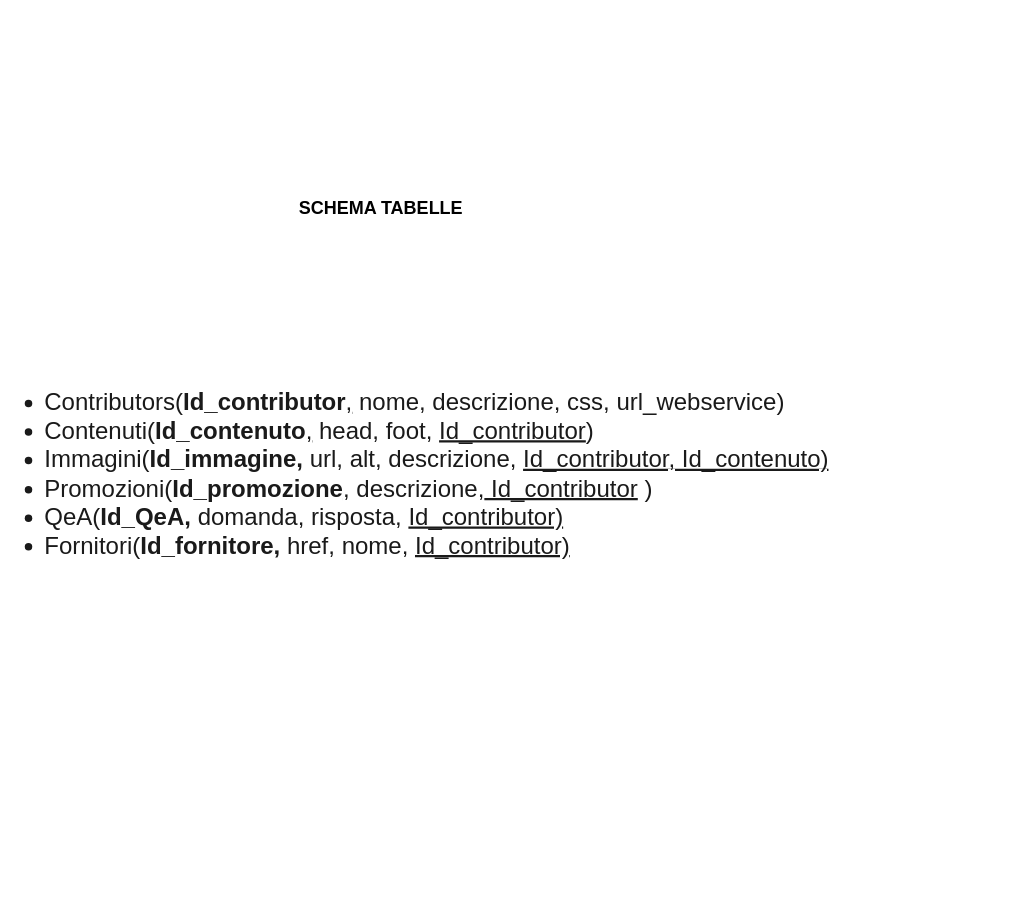
Earlier version of the draw.io diagram SCHEMA TAB NAMASTE.drawio (giadaventurini-pixel/giadaventurini-5binf). Source tidied: cells renumbered, new cells numbered last; positions are measured from the earlier drawing's top-left corner, leaving out a move shared by most shapes. Both pictures are drawn from the tidied source at 75%, with x=0, y=0 at pixel (13, 13).
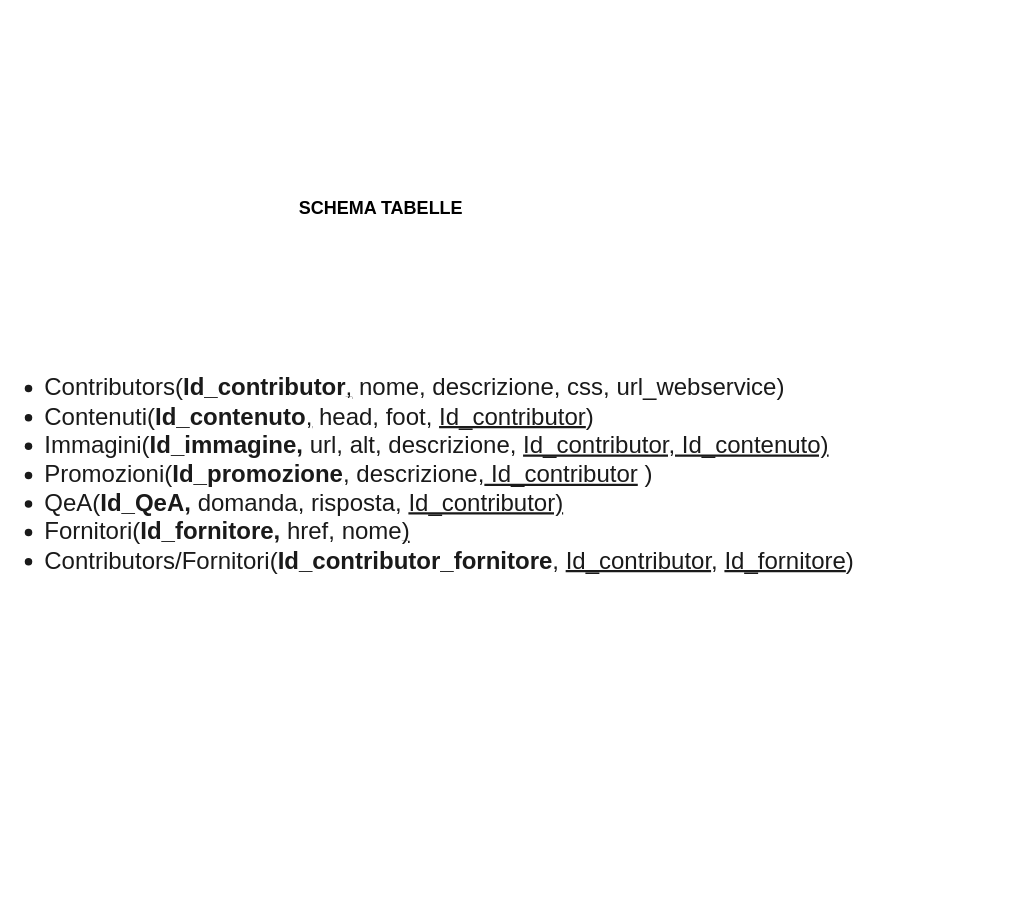
After the change.

Diff of the diagram source:
```diff
@@
 <mxGraphModel>
   <root>
     <mxCell id="0" />
     <mxCell id="1" parent="0" />
-    <mxCell id="2" value="&lt;div&gt;&lt;br&gt;&lt;/div&gt;&lt;ul style=&quot;font-size: 32px&quot;&gt;&lt;li style=&quot;font-size: 32px&quot;&gt;Contributors(&lt;b&gt;Id_contributor&lt;/b&gt;&lt;u&gt;,&lt;/u&gt;&amp;nbsp;nome, descrizione, css, url_webservice)&lt;/li&gt;&lt;li&gt;Contenuti(&lt;b&gt;Id_contenuto&lt;/b&gt;&lt;u&gt;,&lt;/u&gt;&amp;nbsp;head, foot,&amp;nbsp;&lt;u&gt;Id_contributor&lt;/u&gt;)&lt;/li&gt;&lt;li style=&quot;font-size: 32px&quot;&gt;Immagini(&lt;b&gt;Id_immagine, &lt;/b&gt;url, alt, descrizione,&amp;nbsp;&lt;u&gt;Id_contributor, Id_contenuto)&lt;/u&gt;&lt;/li&gt;&lt;li style=&quot;font-size: 32px&quot;&gt;Promozioni(&lt;b&gt;Id_promozione&lt;/b&gt;&lt;u&gt;,&lt;/u&gt;&amp;nbsp;descrizione,&lt;u&gt;&amp;nbsp;Id_contributor&lt;/u&gt; )&lt;/li&gt;&lt;li style=&quot;font-size: 32px&quot;&gt;QeA(&lt;b&gt;Id_QeA,&lt;/b&gt;&amp;nbsp;domanda, risposta,&amp;nbsp;&lt;u&gt;Id_contributor)&lt;/u&gt;&lt;/li&gt;&lt;li style=&quot;font-size: 32px&quot;&gt;Fornitori(&lt;b&gt;Id_fornitore, &lt;/b&gt;href, nome, &lt;u&gt;Id_contributor)&lt;/u&gt;&lt;/li&gt;&lt;/ul&gt;" style="text;strokeColor=none;fillColor=none;html=1;whiteSpace=wrap;verticalAlign=middle;overflow=hidden;rounded=0;sketch=0;fontColor=#1A1A1A;fontSize=32;" parent="1" vertex="1">
+    <mxCell id="2" value="&lt;div&gt;&lt;br&gt;&lt;/div&gt;&lt;ul style=&quot;font-size: 32px&quot;&gt;&lt;li style=&quot;font-size: 32px&quot;&gt;Contributors(&lt;b&gt;Id_contributor&lt;/b&gt;&lt;u&gt;,&lt;/u&gt;&amp;nbsp;nome, descrizione, css, url_webservice)&lt;/li&gt;&lt;li&gt;Contenuti(&lt;b&gt;Id_contenuto&lt;/b&gt;&lt;u&gt;,&lt;/u&gt;&amp;nbsp;head, foot,&amp;nbsp;&lt;u&gt;Id_contributor&lt;/u&gt;)&lt;/li&gt;&lt;li style=&quot;font-size: 32px&quot;&gt;Immagini(&lt;b&gt;Id_immagine, &lt;/b&gt;url, alt, descrizione,&amp;nbsp;&lt;u&gt;Id_contributor, Id_contenuto)&lt;/u&gt;&lt;/li&gt;&lt;li style=&quot;font-size: 32px&quot;&gt;Promozioni(&lt;b&gt;Id_promozione&lt;/b&gt;&lt;u&gt;,&lt;/u&gt;&amp;nbsp;descrizione,&lt;u&gt;&amp;nbsp;Id_contributor&lt;/u&gt; )&lt;/li&gt;&lt;li style=&quot;font-size: 32px&quot;&gt;QeA(&lt;b&gt;Id_QeA,&lt;/b&gt;&amp;nbsp;domanda, risposta,&amp;nbsp;&lt;u&gt;Id_contributor)&lt;/u&gt;&lt;/li&gt;&lt;li style=&quot;font-size: 32px&quot;&gt;Fornitori(&lt;b&gt;Id_fornitore, &lt;/b&gt;href, nome&lt;u&gt;)&lt;/u&gt;&lt;/li&gt;&lt;li style=&quot;font-size: 32px&quot;&gt;Contributors/Fornitori(&lt;b&gt;Id_contributor_fornitore&lt;/b&gt;, &lt;u&gt;Id_contributor&lt;/u&gt;, &lt;u&gt;Id_fornitore&lt;/u&gt;)&lt;/li&gt;&lt;/ul&gt;" style="text;strokeColor=none;fillColor=none;html=1;whiteSpace=wrap;verticalAlign=middle;overflow=hidden;rounded=0;sketch=0;fontColor=#1A1A1A;fontSize=32;" parent="1" vertex="1">
       <mxGeometry width="1320" height="1190" as="geometry" />
     </mxCell>
     <mxCell id="3" value="SCHEMA TABELLE" style="text;strokeColor=none;fillColor=none;html=1;fontSize=24;fontStyle=1;verticalAlign=middle;align=center;rounded=0;sketch=0;" parent="1" vertex="1">
       <mxGeometry x="440" y="240" width="100" height="40" as="geometry" />
     </mxCell>
   </root>
 </mxGraphModel>
```
